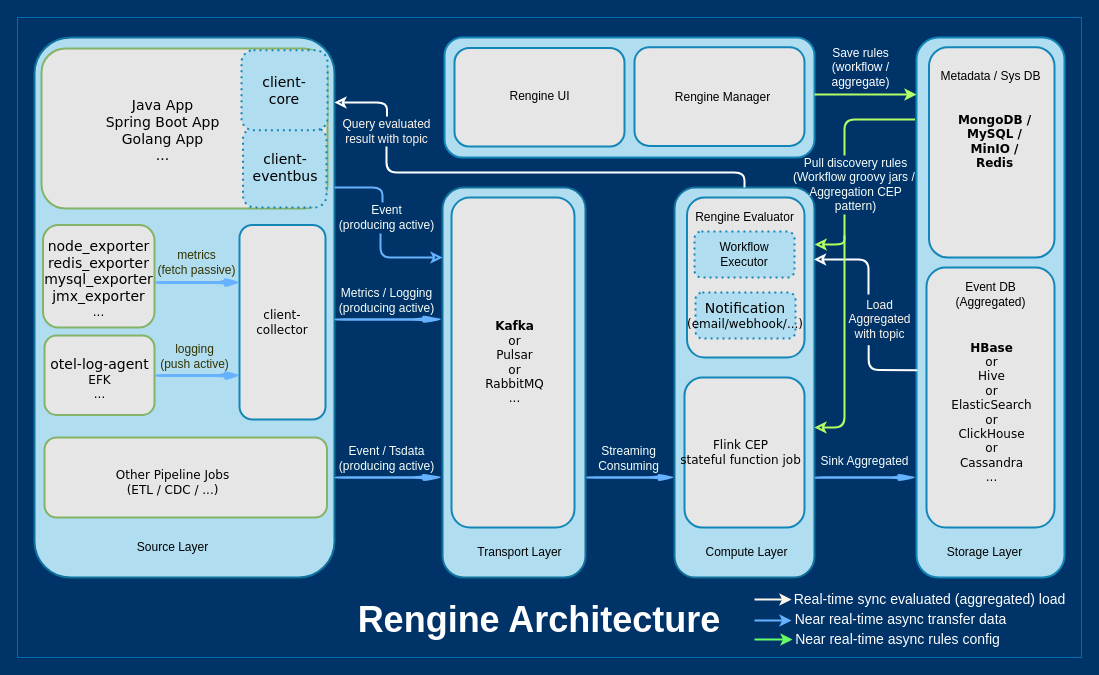
The draw.io diagram docs/shots/rengine_architecture.drawio in wl4g/rengine, before the edit. Source tidied: cells renumbered, new cells numbered last; positions are measured from the earlier drawing's top-left corner, leaving out a move shared by most shapes. Both pictures are drawn from the tidied source at 100%, with x=0, y=0 at pixel (17, 17).
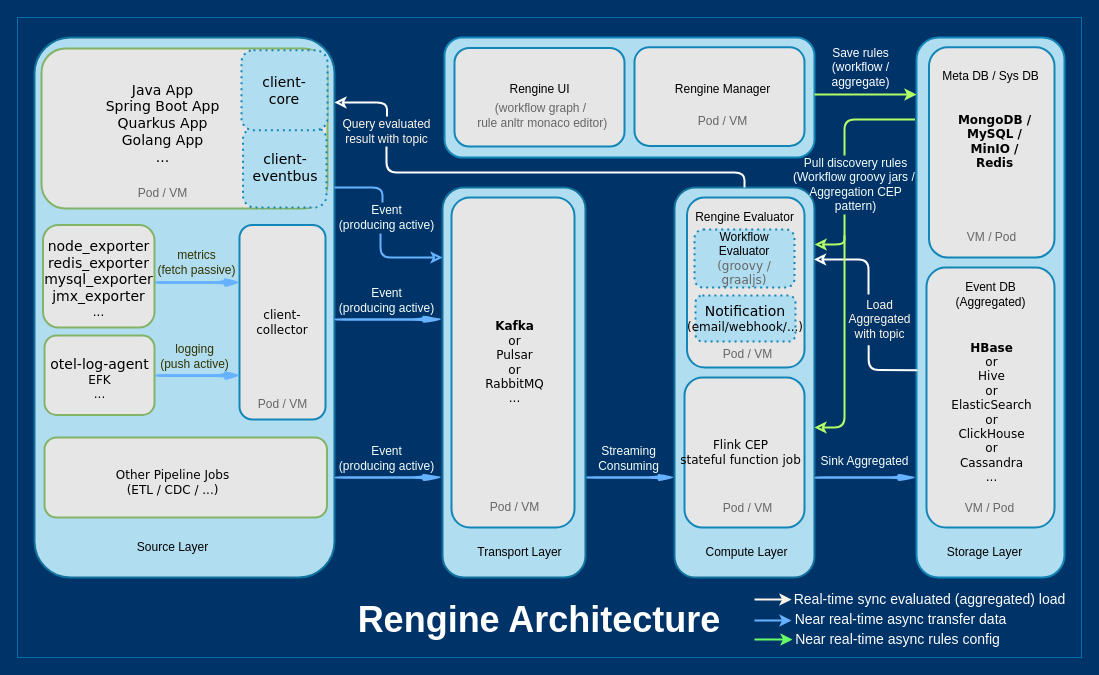
The same diagram, later.

What changed in the source:
```diff
@@
-    <mxCell id="11" value="&lt;span style=&quot;color: rgb(247 , 255 , 250)&quot;&gt;Event / Tsdata&lt;/span&gt;&lt;font color=&quot;#f7fffa&quot; style=&quot;font-size: 12px&quot;&gt;&lt;br&gt;(producing active)&lt;/font&gt;" style="text;html=1;align=center;verticalAlign=middle;strokeColor=none;fillColor=none;rounded=1;" parent="1" vertex="1">
+    <mxCell id="11" value="&lt;span style=&quot;color: rgb(247 , 255 , 250)&quot;&gt;Event&lt;/span&gt;&lt;font color=&quot;#f7fffa&quot; style=&quot;font-size: 12px&quot;&gt;&lt;br&gt;(producing active)&lt;/font&gt;" style="text;html=1;align=center;verticalAlign=middle;strokeColor=none;fillColor=none;rounded=1;" parent="1" vertex="1">
       <mxGeometry x="314" y="426" width="110" height="30" as="geometry" />
     </mxCell>
@@
-    <mxCell id="16" value="&lt;font style=&quot;font-size: 14px&quot;&gt;&lt;span style=&quot;font-family: &amp;#34;verdana&amp;#34;&quot;&gt;Java App&lt;/span&gt;&lt;span style=&quot;font-family: &amp;#34;verdana&amp;#34;&quot;&gt;&lt;br&gt;Spring Boot App&lt;/span&gt;&lt;span style=&quot;font-family: &amp;#34;verdana&amp;#34;&quot;&gt;&lt;br&gt;Golang App&lt;br&gt;&lt;/span&gt;&lt;span style=&quot;font-family: &amp;#34;verdana&amp;#34;&quot;&gt;...&lt;/span&gt;&lt;br&gt;&lt;/font&gt;" style="text;html=1;align=center;verticalAlign=middle;strokeColor=none;fillColor=none;rounded=1;" parent="1" vertex="1">
-      <mxGeometry x="89.5" y="83" width="110" height="60" as="geometry" />
+    <mxCell id="16" value="&lt;font style=&quot;font-size: 14px&quot;&gt;&lt;span style=&quot;font-family: &amp;#34;verdana&amp;#34;&quot;&gt;Java App&lt;/span&gt;&lt;span style=&quot;font-family: &amp;#34;verdana&amp;#34;&quot;&gt;&lt;br&gt;Spring Boot App&lt;br&gt;&lt;/span&gt;&lt;span style=&quot;font-family: &amp;#34;verdana&amp;#34;&quot;&gt;Quarkus App&lt;br&gt;Golang App&lt;br&gt;&lt;/span&gt;&lt;span style=&quot;font-family: &amp;#34;verdana&amp;#34;&quot;&gt;...&lt;/span&gt;&lt;br&gt;&lt;/font&gt;" style="text;html=1;align=center;verticalAlign=middle;strokeColor=none;fillColor=none;rounded=1;" parent="1" vertex="1">
+      <mxGeometry x="89.5" y="66" width="110" height="80" as="geometry" />
     </mxCell>
@@
-    <mxCell id="20" value="&lt;span style=&quot;color: rgb(247 , 255 , 250)&quot;&gt;Metrics /&amp;nbsp;&lt;/span&gt;&lt;span style=&quot;color: rgb(247 , 255 , 250)&quot;&gt;Logging&lt;/span&gt;&lt;font color=&quot;#f7fffa&quot;&gt;&lt;br&gt;(&lt;/font&gt;&lt;span style=&quot;color: rgb(247 , 255 , 250)&quot;&gt;producing&amp;nbsp;&lt;/span&gt;&lt;span style=&quot;color: rgb(247 , 255 , 250)&quot;&gt;active&lt;/span&gt;&lt;font color=&quot;#f7fffa&quot;&gt;)&lt;/font&gt;" style="text;html=1;align=center;verticalAlign=middle;rounded=1;" parent="1" vertex="1">
+    <mxCell id="20" value="&lt;font color=&quot;#f7fffa&quot;&gt;Event&lt;br&gt;(&lt;/font&gt;&lt;span style=&quot;color: rgb(247 , 255 , 250)&quot;&gt;producing&amp;nbsp;&lt;/span&gt;&lt;span style=&quot;color: rgb(247 , 255 , 250)&quot;&gt;active&lt;/span&gt;&lt;font color=&quot;#f7fffa&quot;&gt;)&lt;/font&gt;" style="text;html=1;align=center;verticalAlign=middle;rounded=1;" parent="1" vertex="1">
       <mxGeometry x="314" y="268" width="110" height="30" as="geometry" />
     </mxCell>
@@
     <mxCell id="45" value="&lt;font color=&quot;#000000&quot;&gt;&lt;br&gt;&lt;/font&gt;" style="whiteSpace=wrap;html=1;strokeColor=#1386B8;strokeWidth=2;fillColor=#E6E6E6;fontFamily=Verdana;fontSize=12;fontColor=#00BEF2;rounded=1;" parent="1" vertex="1">
-      <mxGeometry x="669.5" y="180" width="117.5" height="160" as="geometry" />
+      <mxGeometry x="669.5" y="180" width="117.5" height="170" as="geometry" />
     </mxCell>
@@
     <mxCell id="53" value="&lt;font color=&quot;#000000&quot;&gt;&lt;span style=&quot;font-size: 14px&quot;&gt;Notification&lt;br&gt;&lt;/span&gt;(email/webhook/...)&lt;br&gt;&lt;/font&gt;" style="whiteSpace=wrap;html=1;dashed=1;strokeWidth=2;fontFamily=Verdana;fontSize=12;fillColor=#b1ddf0;strokeColor=#1386B8;rounded=1;dashPattern=1 2;" parent="1" vertex="1">
-      <mxGeometry x="678" y="275" width="100" height="46" as="geometry" />
+      <mxGeometry x="678" y="278" width="100" height="46" as="geometry" />
     </mxCell>
-    <mxCell id="54" value="&lt;span style=&quot;font-family: &amp;#34;helvetica&amp;#34;&quot;&gt;Workflow&lt;br&gt;Executor&lt;/span&gt;&lt;font color=&quot;#000000&quot;&gt;&lt;br&gt;&lt;/font&gt;" style="whiteSpace=wrap;html=1;dashed=1;strokeWidth=2;fontFamily=Verdana;fontSize=12;fillColor=#b1ddf0;strokeColor=#1386B8;rounded=1;dashPattern=1 2;" parent="1" vertex="1">
-      <mxGeometry x="677" y="214" width="100" height="46" as="geometry" />
+    <mxCell id="54" value="&lt;span style=&quot;font-family: &amp;#34;helvetica&amp;#34;&quot;&gt;Workflow&lt;br&gt;Evaluator&lt;br&gt;&lt;/span&gt;&lt;font color=&quot;#666666&quot;&gt;(groovy / graaljs)&lt;/font&gt;" style="whiteSpace=wrap;html=1;dashed=1;strokeWidth=2;fontFamily=Verdana;fontSize=12;fillColor=#b1ddf0;strokeColor=#1386B8;rounded=1;dashPattern=1 2;" parent="1" vertex="1">
+      <mxGeometry x="677" y="212" width="100" height="58" as="geometry" />
     </mxCell>
@@
     <mxCell id="71" value="Rengine UI" style="text;html=1;align=center;verticalAlign=middle;strokeColor=none;fillColor=none;rounded=1;" parent="1" vertex="1">
-      <mxGeometry x="482" y="69.1" width="80" height="20" as="geometry" />
+      <mxGeometry x="482" y="61.7" width="80" height="20" as="geometry" />
     </mxCell>
     <mxCell id="72" value="Rengine Manager" style="text;html=1;align=center;verticalAlign=middle;strokeColor=none;fillColor=none;rounded=1;" parent="1" vertex="1">
-      <mxGeometry x="650" y="70" width="110" height="20" as="geometry" />
+      <mxGeometry x="649.5" y="61.7" width="110" height="20" as="geometry" />
     </mxCell>
-    <mxCell id="73" value="Metadata / Sys DB" style="text;html=1;align=center;verticalAlign=middle;strokeColor=none;fillColor=none;" parent="1" vertex="1">
-      <mxGeometry x="912.5" y="49.1" width="120" height="20" as="geometry" />
+    <mxCell id="73" value="Meta DB / Sys DB" style="text;html=1;align=center;verticalAlign=middle;strokeColor=none;fillColor=none;" parent="1" vertex="1">
+      <mxGeometry x="917.5" y="49.1" width="110" height="20" as="geometry" />
     </mxCell>
@@
+    <mxCell id="75" value="&lt;font color=&quot;#666666&quot;&gt;(workflow graph /&lt;br&gt;&amp;nbsp;rule anltr monaco editor)&lt;/font&gt;" style="text;html=1;align=center;verticalAlign=middle;strokeColor=none;fillColor=none;" parent="1" vertex="1">
+      <mxGeometry x="448" y="82.7" width="150" height="30" as="geometry" />
+    </mxCell>
+    <mxCell id="76" value="&lt;font color=&quot;#666666&quot;&gt;Pod / VM&lt;/font&gt;" style="text;html=1;align=center;verticalAlign=middle;strokeColor=none;fillColor=none;" parent="1" vertex="1">
+      <mxGeometry x="114.5" y="166" width="60" height="20" as="geometry" />
+    </mxCell>
+    <mxCell id="77" value="&lt;font color=&quot;#666666&quot;&gt;Pod / VM&lt;/font&gt;" style="text;html=1;align=center;verticalAlign=middle;strokeColor=none;fillColor=none;" parent="1" vertex="1">
+      <mxGeometry x="674.5" y="93.9" width="60" height="20" as="geometry" />
+    </mxCell>
+    <mxCell id="78" value="&lt;font color=&quot;#666666&quot;&gt;Pod / VM&lt;/font&gt;" style="text;html=1;align=center;verticalAlign=middle;strokeColor=none;fillColor=none;" parent="1" vertex="1">
+      <mxGeometry x="235" y="377.4" width="60" height="20" as="geometry" />
+    </mxCell>
+    <mxCell id="79" value="&lt;font color=&quot;#666666&quot;&gt;Pod / VM&lt;/font&gt;" style="text;html=1;align=center;verticalAlign=middle;strokeColor=none;fillColor=none;" parent="1" vertex="1">
+      <mxGeometry x="466.5" y="480" width="60" height="20" as="geometry" />
+    </mxCell>
+    <mxCell id="80" value="&lt;font color=&quot;#666666&quot;&gt;Pod / VM&lt;/font&gt;" style="text;html=1;align=center;verticalAlign=middle;strokeColor=none;fillColor=none;" parent="1" vertex="1">
+      <mxGeometry x="699.5" y="481" width="60" height="20" as="geometry" />
+    </mxCell>
+    <mxCell id="81" value="&lt;font color=&quot;#666666&quot;&gt;VM / Pod&lt;/font&gt;" style="text;html=1;align=center;verticalAlign=middle;strokeColor=none;fillColor=none;" parent="1" vertex="1">
+      <mxGeometry x="941.5" y="481" width="60" height="20" as="geometry" />
+    </mxCell>
+    <mxCell id="82" value="&lt;font color=&quot;#666666&quot;&gt;VM / Pod&lt;/font&gt;" style="text;html=1;align=center;verticalAlign=middle;strokeColor=none;fillColor=none;" parent="1" vertex="1">
+      <mxGeometry x="943.5" y="210" width="60" height="20" as="geometry" />
+    </mxCell>
+    <mxCell id="83" value="&lt;font color=&quot;#666666&quot;&gt;Pod / VM&lt;/font&gt;" style="text;html=1;align=center;verticalAlign=middle;strokeColor=none;fillColor=none;" parent="1" vertex="1">
+      <mxGeometry x="699.5" y="326.9" width="60" height="20" as="geometry" />
+    </mxCell>
```
